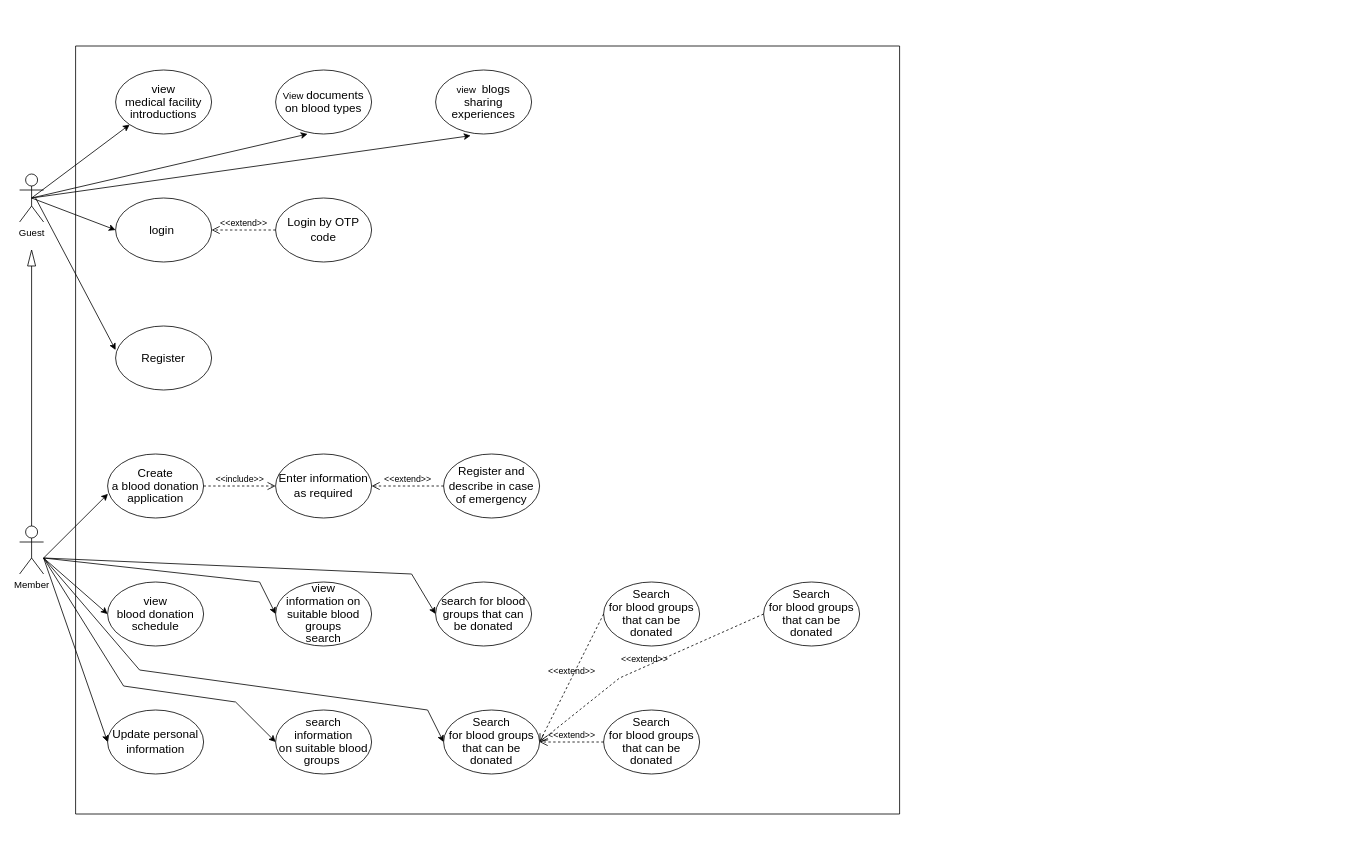
Before: UseCaseDiagram.drawio in ThanhDucP/SU25_SWP391, a draw.io diagram. Source tidied: cells renumbered, new cells numbered last; positions are measured from the earlier drawing's top-left corner, leaving out a move shared by most shapes. Both pictures are drawn from the tidied source at 80%, with x=0, y=0 at pixel (19, 46).
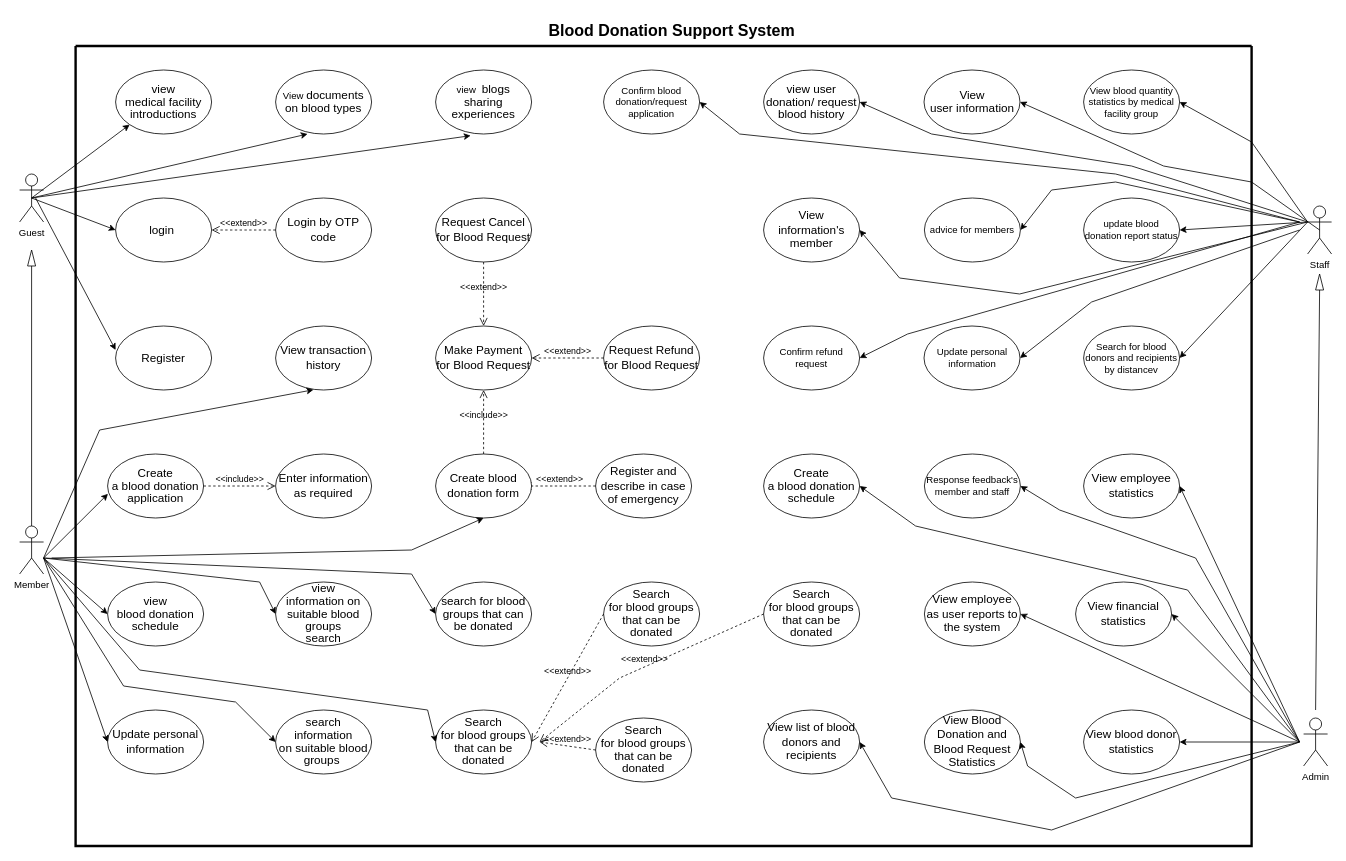
The same page after the edit.

Commit message:
Cập nhật UseCaseDiagram.drawio

The change refers to these unchanged cells:
```xml
<mxCell id="22" value="&lt;font style=&quot;font-size: 14.6667px;&quot;&gt;Enter information as required&lt;/font&gt;" style="ellipse;whiteSpace=wrap;html=1;" parent="3" vertex="1">
  <mxGeometry x="250" y="510" width="120" height="80" as="geometry" />
</mxCell>
<mxCell id="31" value="Member" style="shape=umlActor;verticalLabelPosition=bottom;verticalAlign=top;html=1;outlineConnect=0;" parent="1" vertex="1">
  <mxGeometry y="600" width="30" height="60" as="geometry" />
</mxCell>
<mxCell id="33" style="triangle;whiteSpace=wrap;html=1;rotation=-90;" parent="1" vertex="1">
  <mxGeometry x="5" y="260" width="20" height="10" as="geometry" />
</mxCell>
```

The edit, as a diff of the source:
```diff
@@
-    <mxCell id="3" style="swimlane;startSize=0;" parent="1" vertex="1">
-      <mxGeometry x="70" width="1030" height="960" as="geometry" />
+    <mxCell id="3" style="swimlane;startSize=0;fontSize=20;strokeColor=default;strokeWidth=3;" parent="1" vertex="1">
+      <mxGeometry x="70" width="1470" height="1000" as="geometry" />
     </mxCell>
@@
     <mxCell id="17" value="&lt;span style=&quot;font-size:11.0pt;line-height:107%;&lt;br/&gt;font-family:&amp;quot;Calibri&amp;quot;,sans-serif;mso-ascii-theme-font:minor-latin;mso-fareast-font-family:&lt;br/&gt;Calibri;mso-fareast-theme-font:minor-latin;mso-hansi-theme-font:minor-latin;&lt;br/&gt;mso-bidi-font-family:&amp;quot;Times New Roman&amp;quot;;mso-bidi-theme-font:minor-bidi;&lt;br/&gt;mso-ansi-language:EN-US;mso-fareast-language:EN-US;mso-bidi-language:AR-SA&quot;&gt;Search&lt;br/&gt;for blood groups that can be donated&lt;/span&gt;" style="ellipse;whiteSpace=wrap;html=1;" parent="3" vertex="1">
-      <mxGeometry x="460" y="830" width="120" height="80" as="geometry" />
+      <mxGeometry x="450" y="830" width="120" height="80" as="geometry" />
     </mxCell>
     <mxCell id="18" value="&lt;span style=&quot;font-size:11.0pt;line-height:107%;&lt;br/&gt;font-family:&amp;quot;Calibri&amp;quot;,sans-serif;mso-ascii-theme-font:minor-latin;mso-fareast-font-family:&lt;br/&gt;Calibri;mso-fareast-theme-font:minor-latin;mso-hansi-theme-font:minor-latin;&lt;br/&gt;mso-bidi-font-family:&amp;quot;Times New Roman&amp;quot;;mso-bidi-theme-font:minor-bidi;&lt;br/&gt;mso-ansi-language:EN-US;mso-fareast-language:EN-US;mso-bidi-language:AR-SA&quot;&gt;Search&lt;br/&gt;for blood groups that can be donated&lt;/span&gt;" style="ellipse;whiteSpace=wrap;html=1;" parent="3" vertex="1">
-      <mxGeometry x="660" y="830" width="120" height="80" as="geometry" />
+      <mxGeometry x="650" y="840" width="120" height="80" as="geometry" />
     </mxCell>
@@
     <mxCell id="24" value="&lt;font style=&quot;font-size: 14.6667px;&quot;&gt;Register and describe in case of emergency&lt;/font&gt;" style="ellipse;whiteSpace=wrap;html=1;" parent="3" vertex="1">
-      <mxGeometry x="460" y="510" width="120" height="80" as="geometry" />
+      <mxGeometry x="650" y="510" width="120" height="80" as="geometry" />
     </mxCell>
-    <mxCell id="25" value="&amp;lt;&amp;lt;extend&amp;gt;&amp;gt;" style="endArrow=open;startArrow=none;endFill=0;startFill=0;endSize=8;html=1;verticalAlign=bottom;dashed=1;labelBackgroundColor=none;rounded=0;entryX=1;entryY=0.5;entryDx=0;entryDy=0;exitX=0;exitY=0.5;exitDx=0;exitDy=0;" parent="3" edge="1" source="24" target="22">
-      <mxGeometry relative="1" as="geometry" />
+    <mxCell id="25" value="&amp;lt;&amp;lt;extend&amp;gt;&amp;gt;" style="endArrow=open;startArrow=none;endFill=0;startFill=0;endSize=8;html=1;verticalAlign=bottom;dashed=1;labelBackgroundColor=none;rounded=0;entryX=1;entryY=0.5;entryDx=0;entryDy=0;exitX=0;exitY=0.5;exitDx=0;exitDy=0;" parent="3" edge="1" source="24">
+      <mxGeometry relative="1" as="geometry">
+        <mxPoint x="560" y="550" as="targetPoint" />
+      </mxGeometry>
     </mxCell>
+    <mxCell id="43" value="&lt;font style=&quot;font-size: 14.6667px;&quot;&gt;Create blood donation form&lt;/font&gt;" style="ellipse;whiteSpace=wrap;html=1;" parent="3" vertex="1">
+      <mxGeometry x="450" y="510" width="120" height="80" as="geometry" />
+    </mxCell>
+    <mxCell id="44" value="Search for blood donors and recipients by distancev" style="ellipse;whiteSpace=wrap;html=1;" parent="3" vertex="1">
+      <mxGeometry x="1260" y="350" width="120" height="80" as="geometry" />
+    </mxCell>
+    <mxCell id="45" value="Update personal information" style="ellipse;whiteSpace=wrap;html=1;" parent="3" vertex="1">
+      <mxGeometry x="1060.5" y="350" width="120" height="80" as="geometry" />
+    </mxCell>
+    <mxCell id="46" value="View blood quantity statistics by medical facility group" style="ellipse;whiteSpace=wrap;html=1;" parent="3" vertex="1">
+      <mxGeometry x="1260" y="30" width="120" height="80" as="geometry" />
+    </mxCell>
+    <mxCell id="47" value="Confirm blood donation/request application" style="ellipse;whiteSpace=wrap;html=1;" parent="3" vertex="1">
+      <mxGeometry x="660" y="30" width="120" height="80" as="geometry" />
+    </mxCell>
+    <mxCell id="48" value="update blood donation report status" style="ellipse;whiteSpace=wrap;html=1;" parent="3" vertex="1">
+      <mxGeometry x="1260" y="190" width="120" height="80" as="geometry" />
+    </mxCell>
+    <mxCell id="49" value="&lt;span style=&quot;font-size:11.0pt;line-height:107%;&lt;br/&gt;font-family:&amp;quot;Calibri&amp;quot;,sans-serif;mso-ascii-theme-font:minor-latin;mso-fareast-font-family:&lt;br/&gt;Calibri;mso-fareast-theme-font:minor-latin;mso-hansi-theme-font:minor-latin;&lt;br/&gt;mso-bidi-font-family:&amp;quot;Times New Roman&amp;quot;;mso-bidi-theme-font:minor-bidi;&lt;br/&gt;mso-ansi-language:EN-US;mso-fareast-language:EN-US;mso-bidi-language:AR-SA&quot;&gt;View&lt;br/&gt;user information&lt;/span&gt;" style="ellipse;whiteSpace=wrap;html=1;" parent="3" vertex="1">
+      <mxGeometry x="1060.5" y="30" width="120" height="80" as="geometry" />
+    </mxCell>
+    <mxCell id="50" value="&lt;span style=&quot;font-size:11.0pt;line-height:107%;&lt;br/&gt;font-family:&amp;quot;Calibri&amp;quot;,sans-serif;mso-ascii-theme-font:minor-latin;mso-fareast-font-family:&lt;br/&gt;Calibri;mso-fareast-theme-font:minor-latin;mso-hansi-theme-font:minor-latin;&lt;br/&gt;mso-bidi-font-family:&amp;quot;Times New Roman&amp;quot;;mso-bidi-theme-font:minor-bidi;&lt;br/&gt;mso-ansi-language:EN-US;mso-fareast-language:EN-US;mso-bidi-language:AR-SA&quot;&gt;view user&lt;br&gt;donation/ request blood history&lt;/span&gt;" style="ellipse;whiteSpace=wrap;html=1;" parent="3" vertex="1">
+      <mxGeometry x="860" y="30" width="120" height="80" as="geometry" />
+    </mxCell>
+    <mxCell id="51" value="&lt;font style=&quot;font-size: 14.6667px;&quot;&gt;Make Payment for Blood Request&lt;/font&gt;" style="ellipse;whiteSpace=wrap;html=1;" parent="3" vertex="1">
+      <mxGeometry x="450" y="350" width="120" height="80" as="geometry" />
+    </mxCell>
+    <mxCell id="52" value="&amp;lt;&amp;lt;include&amp;gt;&amp;gt;" style="endArrow=open;startArrow=none;endFill=0;startFill=0;endSize=8;html=1;verticalAlign=bottom;dashed=1;labelBackgroundColor=none;rounded=0;entryX=0.5;entryY=1;entryDx=0;entryDy=0;exitX=0.5;exitY=0;exitDx=0;exitDy=0;" parent="3" edge="1" source="43" target="51">
+      <mxGeometry relative="1" as="geometry" />
+    </mxCell>
+    <mxCell id="53" value="&lt;font style=&quot;font-size: 14.6667px;&quot;&gt;View transaction history&lt;/font&gt;" style="ellipse;whiteSpace=wrap;html=1;" parent="3" vertex="1">
+      <mxGeometry x="250" y="350" width="120" height="80" as="geometry" />
+    </mxCell>
+    <mxCell id="54" value="&lt;font style=&quot;font-size: 14.6667px;&quot;&gt;Request Refund for Blood Request&lt;/font&gt;" style="ellipse;whiteSpace=wrap;html=1;" parent="3" vertex="1">
+      <mxGeometry x="660" y="350" width="120" height="80" as="geometry" />
+    </mxCell>
+    <mxCell id="55" value="&amp;lt;&amp;lt;extend&amp;gt;&amp;gt;" style="endArrow=open;startArrow=none;endFill=0;startFill=0;endSize=8;html=1;verticalAlign=bottom;dashed=1;labelBackgroundColor=none;rounded=0;entryX=1;entryY=0.5;entryDx=0;entryDy=0;exitX=0;exitY=0.5;exitDx=0;exitDy=0;" parent="3" edge="1" source="54">
+      <mxGeometry relative="1" as="geometry">
+        <mxPoint x="570" y="390" as="targetPoint" />
+      </mxGeometry>
+    </mxCell>
+    <mxCell id="56" value="&lt;font style=&quot;font-size: 14.6667px;&quot;&gt;Request Cancel for Blood Request&lt;/font&gt;" style="ellipse;whiteSpace=wrap;html=1;" parent="3" vertex="1">
+      <mxGeometry x="450" y="190" width="120" height="80" as="geometry" />
+    </mxCell>
+    <mxCell id="57" value="&amp;lt;&amp;lt;extend&amp;gt;&amp;gt;" style="endArrow=open;startArrow=none;endFill=0;startFill=0;endSize=8;html=1;verticalAlign=bottom;dashed=1;labelBackgroundColor=none;rounded=0;entryX=0.5;entryY=0;entryDx=0;entryDy=0;exitX=0.5;exitY=1;exitDx=0;exitDy=0;" parent="3" edge="1" source="56" target="51">
+      <mxGeometry relative="1" as="geometry" />
+    </mxCell>
+    <mxCell id="58" value="&lt;span style=&quot;font-size: 14.6667px;&quot;&gt;View financial statistics&lt;/span&gt;" style="ellipse;whiteSpace=wrap;html=1;" parent="3" vertex="1">
+      <mxGeometry x="1250" y="670" width="120" height="80" as="geometry" />
+    </mxCell>
+    <mxCell id="59" value="&lt;span style=&quot;font-size: 14.6667px;&quot;&gt;View employee as user reports to the system&lt;/span&gt;" style="ellipse;whiteSpace=wrap;html=1;" parent="3" vertex="1">
+      <mxGeometry x="1061" y="670" width="120" height="80" as="geometry" />
+    </mxCell>
+    <mxCell id="60" value="&lt;span style=&quot;font-size: 14.6667px;&quot;&gt;View blood donor statistics&lt;/span&gt;" style="ellipse;whiteSpace=wrap;html=1;" parent="3" vertex="1">
+      <mxGeometry x="1260" y="830" width="120" height="80" as="geometry" />
+    </mxCell>
+    <mxCell id="61" value="&lt;span style=&quot;font-size: 14.6667px;&quot;&gt;View Blood Donation and Blood Request Statistics&lt;/span&gt;" style="ellipse;whiteSpace=wrap;html=1;" parent="3" vertex="1">
+      <mxGeometry x="1061" y="830" width="120" height="80" as="geometry" />
+    </mxCell>
+    <mxCell id="62" value="&lt;span style=&quot;font-size: 14.6667px;&quot;&gt;View list of blood donors and recipients&lt;/span&gt;" style="ellipse;whiteSpace=wrap;html=1;" parent="3" vertex="1">
+      <mxGeometry x="860" y="830" width="120" height="80" as="geometry" />
+    </mxCell>
+    <mxCell id="63" value="&lt;span style=&quot;font-size: 14.6667px;&quot;&gt;View employee statistics&lt;/span&gt;" style="ellipse;whiteSpace=wrap;html=1;" parent="3" vertex="1">
+      <mxGeometry x="1260" y="510" width="120" height="80" as="geometry" />
+    </mxCell>
+    <mxCell id="64" value="Response feedback's member and staff" style="ellipse;whiteSpace=wrap;html=1;" parent="3" vertex="1">
+      <mxGeometry x="1061" y="510" width="120" height="80" as="geometry" />
+    </mxCell>
+    <mxCell id="65" value="&lt;span style=&quot;font-size:11.0pt;line-height:107%;&lt;br/&gt;font-family:&amp;quot;Calibri&amp;quot;,sans-serif;mso-ascii-theme-font:minor-latin;mso-fareast-font-family:&lt;br/&gt;Calibri;mso-fareast-theme-font:minor-latin;mso-hansi-theme-font:minor-latin;&lt;br/&gt;mso-bidi-font-family:&amp;quot;Times New Roman&amp;quot;;mso-bidi-theme-font:minor-bidi;&lt;br/&gt;mso-ansi-language:EN-US;mso-fareast-language:EN-US;mso-bidi-language:AR-SA&quot;&gt;Create&lt;br/&gt;a blood donation schedule&lt;/span&gt;" style="ellipse;whiteSpace=wrap;html=1;" parent="3" vertex="1">
+      <mxGeometry x="860" y="510" width="120" height="80" as="geometry" />
+    </mxCell>
+    <mxCell id="66" value="Confirm refund request" style="ellipse;whiteSpace=wrap;html=1;" parent="3" vertex="1">
+      <mxGeometry x="860" y="350" width="120" height="80" as="geometry" />
+    </mxCell>
+    <mxCell id="67" value="advice for members" style="ellipse;whiteSpace=wrap;html=1;" parent="3" vertex="1">
+      <mxGeometry x="1061" y="190" width="120" height="80" as="geometry" />
+    </mxCell>
+    <mxCell id="68" value="&lt;font style=&quot;font-size: 14.6667px;&quot;&gt;View information's member&lt;/font&gt;" style="ellipse;whiteSpace=wrap;html=1;" parent="3" vertex="1">
+      <mxGeometry x="860" y="190" width="120" height="80" as="geometry" />
+    </mxCell>
@@
-    <mxCell id="32" style="endArrow=none;html=1;rounded=0;exitX=0.5;exitY=0;exitDx=0;exitDy=0;exitPerimeter=0;entryX=0;entryY=0.5;entryDx=0;entryDy=0;" parent="1" edge="1" source="31" target="33">
-      <mxGeometry relative="1" as="geometry" />
-    </mxCell>
@@
+    <mxCell id="69" value="A&lt;span style=&quot;background-color: transparent; color: light-dark(rgb(0, 0, 0), rgb(255, 255, 255));&quot;&gt;dmin&lt;/span&gt;" style="shape=umlActor;verticalLabelPosition=bottom;verticalAlign=top;html=1;" parent="1" vertex="1">
+      <mxGeometry x="1605" y="840" width="30" height="60" as="geometry" />
+    </mxCell>
+    <mxCell id="70" value="Staff" style="shape=umlActor;verticalLabelPosition=bottom;verticalAlign=top;html=1;outlineConnect=0;" parent="1" vertex="1">
+      <mxGeometry x="1610" y="200" width="30" height="60" as="geometry" />
+    </mxCell>
+    <mxCell id="71" style="endArrow=classic;html=1;rounded=0;entryX=0.5;entryY=1;entryDx=0;entryDy=0;" parent="1" edge="1" target="43">
+      <mxGeometry relative="1" as="geometry">
+        <mxPoint x="40" y="640" as="sourcePoint" />
+        <Array as="points">
+          <mxPoint x="490" y="630" />
+        </Array>
+      </mxGeometry>
+    </mxCell>
+    <mxCell id="72" style="endArrow=classic;html=1;rounded=0;entryX=1;entryY=0.5;entryDx=0;entryDy=0;" parent="1" edge="1" target="46">
+      <mxGeometry relative="1" as="geometry">
+        <mxPoint x="1610" y="220" as="sourcePoint" />
+        <Array as="points">
+          <mxPoint x="1540" y="120" />
+        </Array>
+      </mxGeometry>
+    </mxCell>
+    <mxCell id="73" style="endArrow=classic;html=1;rounded=0;entryX=1;entryY=0.5;entryDx=0;entryDy=0;exitX=0.5;exitY=0.5;exitDx=0;exitDy=0;exitPerimeter=0;" parent="1" edge="1" source="70" target="49">
+      <mxGeometry relative="1" as="geometry">
+        <Array as="points">
+          <mxPoint x="1540" y="170" />
+          <mxPoint x="1430" y="150" />
+        </Array>
+      </mxGeometry>
+    </mxCell>
+    <mxCell id="74" style="endArrow=classic;html=1;rounded=0;entryX=1;entryY=0.5;entryDx=0;entryDy=0;" parent="1" edge="1" target="50">
+      <mxGeometry relative="1" as="geometry">
+        <mxPoint x="1610" y="220" as="sourcePoint" />
+        <Array as="points">
+          <mxPoint x="1390" y="150" />
+          <mxPoint x="1140" y="110" />
+        </Array>
+      </mxGeometry>
+    </mxCell>
+    <mxCell id="75" style="endArrow=classic;html=1;rounded=0;entryX=1;entryY=0.5;entryDx=0;entryDy=0;" parent="1" edge="1" target="47">
+      <mxGeometry relative="1" as="geometry">
+        <mxPoint x="1600" y="220" as="sourcePoint" />
+        <Array as="points">
+          <mxPoint x="1370" y="160" />
+          <mxPoint x="900" y="110" />
+        </Array>
+      </mxGeometry>
+    </mxCell>
+    <mxCell id="76" style="endArrow=classic;html=1;rounded=0;exitX=0;exitY=0.3333333333333333;exitDx=0;exitDy=0;exitPerimeter=0;entryX=1;entryY=0.5;entryDx=0;entryDy=0;" parent="1" edge="1" source="70" target="48">
+      <mxGeometry relative="1" as="geometry" />
+    </mxCell>
+    <mxCell id="77" style="endArrow=classic;html=1;rounded=0;entryX=0.394;entryY=0.996;entryDx=0;entryDy=0;entryPerimeter=0;" parent="1" edge="1" target="53">
+      <mxGeometry relative="1" as="geometry">
+        <mxPoint x="30" y="640" as="sourcePoint" />
+        <Array as="points">
+          <mxPoint x="100" y="480" />
+        </Array>
+      </mxGeometry>
+    </mxCell>
+    <mxCell id="78" style="endArrow=classic;html=1;rounded=0;entryX=1;entryY=0.5;entryDx=0;entryDy=0;" parent="1" edge="1" target="44">
+      <mxGeometry relative="1" as="geometry">
+        <mxPoint x="1610" y="220" as="sourcePoint" />
+      </mxGeometry>
+    </mxCell>
+    <mxCell id="79" style="endArrow=classic;html=1;rounded=0;entryX=1;entryY=0.5;entryDx=0;entryDy=0;" parent="1" edge="1" target="45">
+      <mxGeometry relative="1" as="geometry">
+        <mxPoint x="1600" y="230" as="sourcePoint" />
+        <Array as="points">
+          <mxPoint x="1340" y="320" />
+        </Array>
+      </mxGeometry>
+    </mxCell>
+    <mxCell id="80" style="endArrow=classic;html=1;rounded=0;" parent="1" edge="1" target="60">
+      <mxGeometry relative="1" as="geometry">
+        <mxPoint x="1600" y="870" as="sourcePoint" />
+      </mxGeometry>
+    </mxCell>
+    <mxCell id="81" style="endArrow=classic;html=1;rounded=0;entryX=1;entryY=0.5;entryDx=0;entryDy=0;" parent="1" edge="1" target="61">
+      <mxGeometry relative="1" as="geometry">
+        <mxPoint x="1600" y="870" as="sourcePoint" />
+        <Array as="points">
+          <mxPoint x="1320" y="940" />
+          <mxPoint x="1260" y="900" />
+        </Array>
+      </mxGeometry>
+    </mxCell>
+    <mxCell id="82" style="endArrow=classic;html=1;rounded=0;entryX=1;entryY=0.5;entryDx=0;entryDy=0;" parent="1" edge="1" target="62">
+      <mxGeometry relative="1" as="geometry">
+        <mxPoint x="1600" y="870" as="sourcePoint" />
+        <Array as="points">
+          <mxPoint x="1290" y="980" />
+          <mxPoint x="1090" y="940" />
+        </Array>
+      </mxGeometry>
+    </mxCell>
+    <mxCell id="83" style="endArrow=classic;html=1;rounded=0;entryX=1;entryY=0.5;entryDx=0;entryDy=0;" parent="1" edge="1" target="58">
+      <mxGeometry relative="1" as="geometry">
+        <mxPoint x="1600" y="870" as="sourcePoint" />
+      </mxGeometry>
+    </mxCell>
+    <mxCell id="84" style="endArrow=classic;html=1;rounded=0;entryX=1;entryY=0.5;entryDx=0;entryDy=0;" parent="1" edge="1" target="59">
+      <mxGeometry relative="1" as="geometry">
+        <mxPoint x="1600" y="870" as="sourcePoint" />
+      </mxGeometry>
+    </mxCell>
+    <mxCell id="85" style="endArrow=classic;html=1;rounded=0;entryX=1;entryY=0.5;entryDx=0;entryDy=0;" parent="1" edge="1" target="63">
+      <mxGeometry relative="1" as="geometry">
+        <mxPoint x="1600" y="870" as="sourcePoint" />
+      </mxGeometry>
+    </mxCell>
+    <mxCell id="86" style="endArrow=classic;html=1;rounded=0;entryX=1;entryY=0.5;entryDx=0;entryDy=0;" parent="1" edge="1" target="64">
+      <mxGeometry relative="1" as="geometry">
+        <mxPoint x="1600" y="870" as="sourcePoint" />
+        <Array as="points">
+          <mxPoint x="1470" y="640" />
+          <mxPoint x="1300" y="580" />
+        </Array>
+      </mxGeometry>
+    </mxCell>
+    <mxCell id="87" style="endArrow=classic;html=1;rounded=0;entryX=1;entryY=0.5;entryDx=0;entryDy=0;" parent="1" edge="1" target="65">
+      <mxGeometry relative="1" as="geometry">
+        <mxPoint x="1600" y="870" as="sourcePoint" />
+        <Array as="points">
+          <mxPoint x="1460" y="680" />
+          <mxPoint x="1120" y="600" />
+        </Array>
+      </mxGeometry>
+    </mxCell>
+    <mxCell id="88" style="endArrow=classic;html=1;rounded=0;entryX=1;entryY=0.5;entryDx=0;entryDy=0;" parent="1" edge="1" target="66">
+      <mxGeometry relative="1" as="geometry">
+        <mxPoint x="1600" y="220" as="sourcePoint" />
+        <Array as="points">
+          <mxPoint x="1110" y="360" />
+        </Array>
+      </mxGeometry>
+    </mxCell>
+    <mxCell id="89" style="endArrow=classic;html=1;rounded=0;entryX=1;entryY=0.5;entryDx=0;entryDy=0;" parent="1" edge="1" target="67">
+      <mxGeometry relative="1" as="geometry">
+        <mxPoint x="1600" y="220" as="sourcePoint" />
+        <Array as="points">
+          <mxPoint x="1370" y="170" />
+          <mxPoint x="1290" y="180" />
+        </Array>
+      </mxGeometry>
+    </mxCell>
+    <mxCell id="32" style="endArrow=none;html=1;rounded=0;entryX=0;entryY=0.5;entryDx=0;entryDy=0;exitX=0.5;exitY=0;exitDx=0;exitDy=0;exitPerimeter=0;" parent="1" edge="1" source="31" target="33">
+      <mxGeometry relative="1" as="geometry" />
+    </mxCell>
+    <mxCell id="90" style="endArrow=none;html=1;rounded=0;entryX=0;entryY=0.5;entryDx=0;entryDy=0;" parent="1" edge="1" target="91">
+      <mxGeometry relative="1" as="geometry">
+        <mxPoint x="1620" y="830" as="sourcePoint" />
+      </mxGeometry>
+    </mxCell>
+    <mxCell id="91" style="triangle;whiteSpace=wrap;html=1;rotation=-90;" parent="1" vertex="1">
+      <mxGeometry x="1615" y="290" width="20" height="10" as="geometry" />
+    </mxCell>
+    <mxCell id="92" style="endArrow=classic;html=1;rounded=0;entryX=1;entryY=0.5;entryDx=0;entryDy=0;" parent="1" edge="1" target="68">
+      <mxGeometry relative="1" as="geometry">
+        <mxPoint x="1610" y="220" as="sourcePoint" />
+        <Array as="points">
+          <mxPoint x="1250" y="310" />
+          <mxPoint x="1100" y="290" />
+        </Array>
+      </mxGeometry>
+    </mxCell>
+    <mxCell id="93" value="&lt;span style=&quot;font-size: 20px; font-weight: 700;&quot;&gt;Blood Donation Support System&lt;/span&gt;" style="text;html=1;align=center;verticalAlign=middle;strokeColor=none;fillColor=none;" parent="1" vertex="1">
+      <mxGeometry x="650" y="-40" width="330" height="40" as="geometry" />
+    </mxCell>
```
